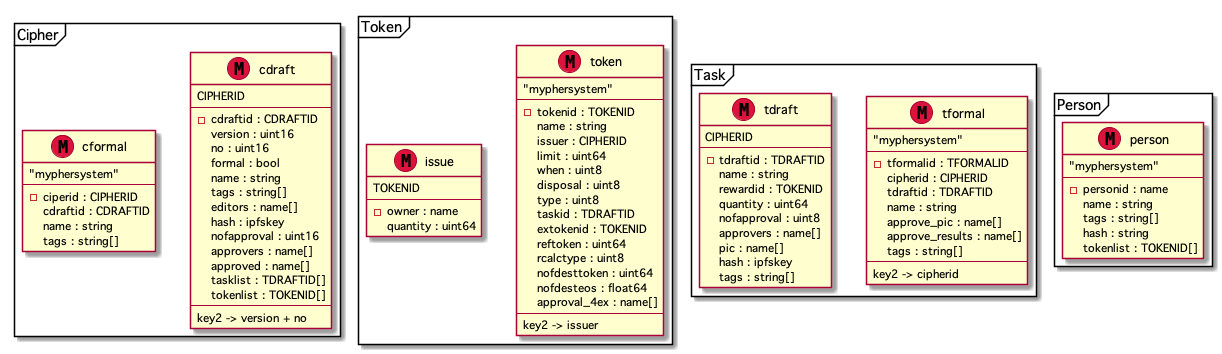
mypher/mypher keeps this PlantUML diagram as doc/data_structure.png. Above is the earlier version.
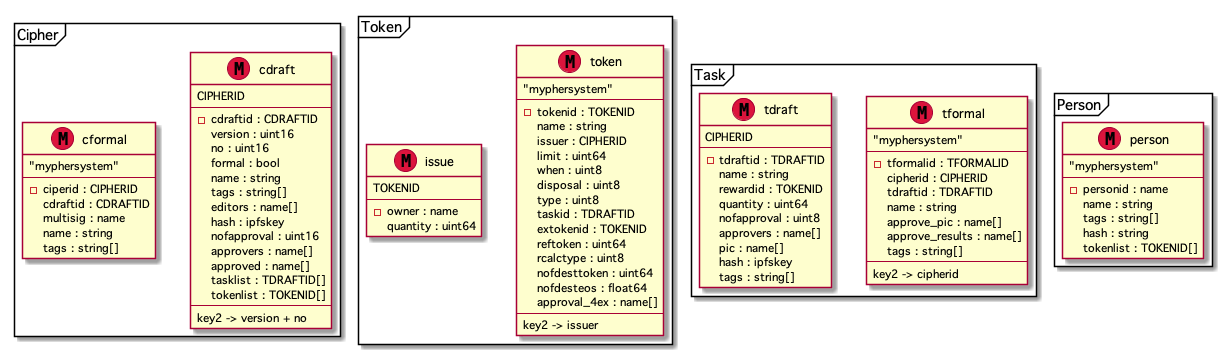
After the commit.

The edit, as a diff of the source:
```diff
@@ -28,6 +28,7 @@
 		--
 		-ciperid : CIPHERID
 		cdraftid : CDRAFTID
+		multisig : name
 		name : string
 		tags : string[]
 	}
```
